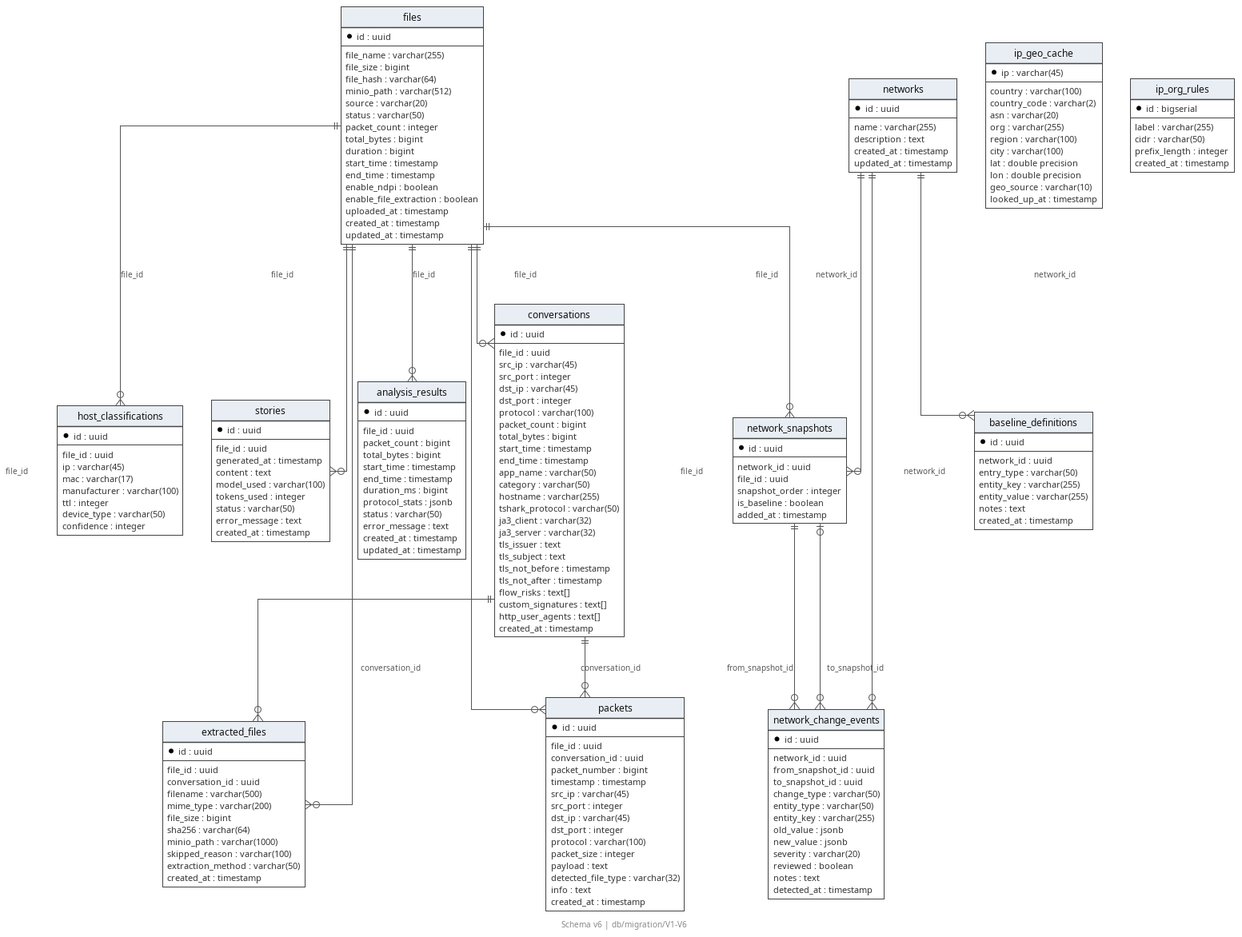
Before: docs/ERD.png, a diagram exported from PlantUML (NotYuSheng/TracePcap). Its source is kept beside it as docs/erd.puml. The source it was exported from:
```plantuml
@startuml ERD

footer Schema v6 | db/migration/V1-V6

skinparam linetype ortho
hide circle
hide methods
hide stereotypes

skinparam shadowing false
skinparam backgroundColor White

skinparam class {
  BackgroundColor White
  BorderColor #444444
  HeaderBackgroundColor #E8EEF4
  FontColor #111111
  AttributeFontColor #333333
  BorderThickness 1
}

skinparam arrow {
  Color #555555
  FontColor #555555
  FontSize 10
}


entity "files" as files {
  * id : uuid
  --
  file_name : varchar(255)
  file_size : bigint
  file_hash : varchar(64)
  minio_path : varchar(512)
  source : varchar(20)
  status : varchar(50)
  packet_count : integer
  total_bytes : bigint
  duration : bigint
  start_time : timestamp
  end_time : timestamp
  enable_ndpi : boolean
  enable_file_extraction : boolean
  uploaded_at : timestamp
  created_at : timestamp
  updated_at : timestamp
}

entity "analysis_results" as analysis_results {
  * id : uuid
  --
  file_id : uuid
  packet_count : bigint
  total_bytes : bigint
  start_time : timestamp
  end_time : timestamp
  duration_ms : bigint
  protocol_stats : jsonb
  status : varchar(50)
  error_message : text
  created_at : timestamp
  updated_at : timestamp
}


entity "conversations" as conversations {
  * id : uuid
  --
  file_id : uuid
  src_ip : varchar(45)
  src_port : integer
  dst_ip : varchar(45)
  dst_port : integer
  protocol : varchar(100)
  packet_count : bigint
  total_bytes : bigint
  start_time : timestamp
  end_time : timestamp
  app_name : varchar(50)
  category : varchar(50)
  hostname : varchar(255)
  tshark_protocol : varchar(50)
  ja3_client : varchar(32)
  ja3_server : varchar(32)
  tls_issuer : text
  tls_subject : text
  tls_not_before : timestamp
  tls_not_after : timestamp
  flow_risks : text[]
  custom_signatures : text[]
  http_user_agents : text[]
  created_at : timestamp
}

entity "packets" as packets {
  * id : uuid
  --
  file_id : uuid
  conversation_id : uuid
  packet_number : bigint
  timestamp : timestamp
  src_ip : varchar(45)
  src_port : integer
  dst_ip : varchar(45)
  dst_port : integer
  protocol : varchar(100)
  packet_size : integer
  payload : text
  detected_file_type : varchar(32)
  info : text
  created_at : timestamp
}

entity "extracted_files" as extracted_files {
  * id : uuid
  --
  file_id : uuid
  conversation_id : uuid
  filename : varchar(500)
  mime_type : varchar(200)
  file_size : bigint
  sha256 : varchar(64)
  minio_path : varchar(1000)
  skipped_reason : varchar(100)
  extraction_method : varchar(50)
  created_at : timestamp
}


entity "host_classifications" as host_classifications {
  * id : uuid
  --
  file_id : uuid
  ip : varchar(45)
  mac : varchar(17)
  manufacturer : varchar(100)
  ttl : integer
  device_type : varchar(50)
  confidence : integer
}

entity "ip_geo_cache" as ip_geo_cache {
  * ip : varchar(45)
  --
  country : varchar(100)
  country_code : varchar(2)
  asn : varchar(20)
  org : varchar(255)
  region : varchar(100)
  city : varchar(100)
  lat : double precision
  lon : double precision
  geo_source : varchar(10)
  looked_up_at : timestamp
}

entity "ip_org_rules" as ip_org_rules {
  * id : bigserial
  --
  label : varchar(255)
  cidr : varchar(50)
  prefix_length : integer
  created_at : timestamp
}


entity "stories" as stories {
  * id : uuid
  --
  file_id : uuid
  generated_at : timestamp
  content : text
  model_used : varchar(100)
  tokens_used : integer
  status : varchar(50)
  error_message : text
  created_at : timestamp
}


entity "networks" as networks {
  * id : uuid
  --
  name : varchar(255)
  description : text
  created_at : timestamp
  updated_at : timestamp
}

entity "network_snapshots" as network_snapshots {
  * id : uuid
  --
  network_id : uuid
  file_id : uuid
  snapshot_order : integer
  is_baseline : boolean
  added_at : timestamp
}

entity "baseline_definitions" as baseline_definitions {
  * id : uuid
  --
  network_id : uuid
  entry_type : varchar(50)
  entity_key : varchar(255)
  entity_value : varchar(255)
  notes : text
  created_at : timestamp
}

entity "network_change_events" as network_change_events {
  * id : uuid
  --
  network_id : uuid
  from_snapshot_id : uuid
  to_snapshot_id : uuid
  change_type : varchar(50)
  entity_type : varchar(50)
  entity_key : varchar(255)
  old_value : jsonb
  new_value : jsonb
  severity : varchar(20)
  reviewed : boolean
  notes : text
  detected_at : timestamp
}


files               ||--o{ analysis_results      : "file_id"
files               ||--o{ conversations          : "file_id"
files               ||--o{ packets                : "file_id"
files               ||--o{ extracted_files        : "file_id"
files               ||--o{ host_classifications   : "file_id"
files               ||--o{ stories                : "file_id"

conversations       ||--o{ packets                : "conversation_id"
conversations       ||--o{ extracted_files        : "conversation_id"

networks            ||--o{ network_snapshots       : "network_id"
networks            ||--o{ baseline_definitions    : "network_id"
networks            ||--o{ network_change_events   : "network_id"

files               ||--o{ network_snapshots       : "file_id"

network_snapshots   ||--o{ network_change_events   : "to_snapshot_id"
network_snapshots   |o--o{ network_change_events   : "from_snapshot_id"

@enduml
```
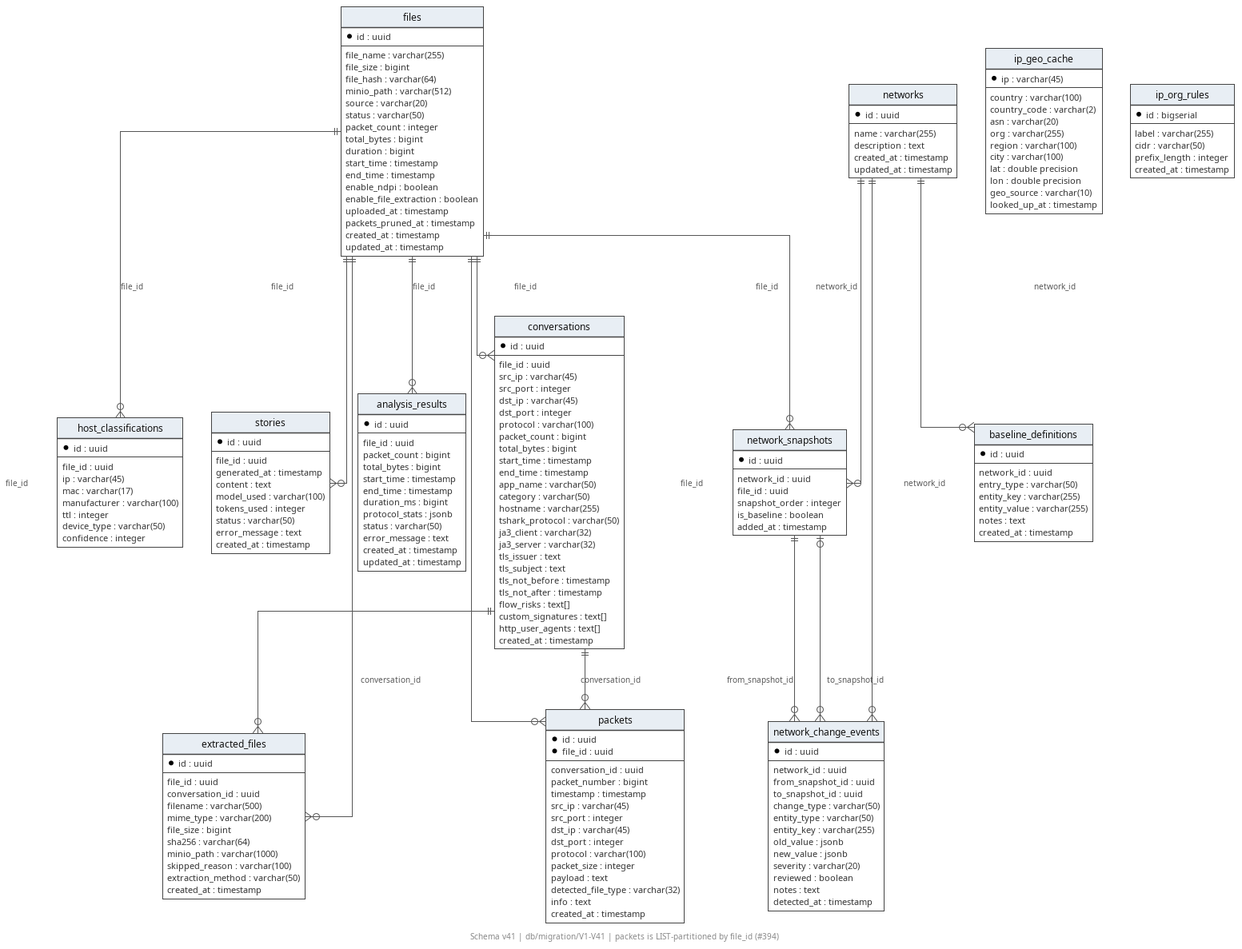
After the commit.

Change to the diagram source:
```diff
@@ -1,6 +1,6 @@
 @startuml ERD
 
-footer Schema v6 | db/migration/V1-V6
+footer Schema v41 | db/migration/V1-V41 | packets is LIST-partitioned by file_id (#394)
 
 skinparam linetype ortho
 hide circle
@@ -43,6 +43,7 @@
   enable_ndpi : boolean
   enable_file_extraction : boolean
   uploaded_at : timestamp
+  packets_pruned_at : timestamp
   created_at : timestamp
   updated_at : timestamp
 }
@@ -93,10 +94,10 @@
   created_at : timestamp
 }
 
-entity "packets" as packets {
+entity "packets" as packets <<partitioned by file_id>> {
   * id : uuid
+  * file_id : uuid
   --
-  file_id : uuid
   conversation_id : uuid
   packet_number : bigint
   timestamp : timestamp
```
